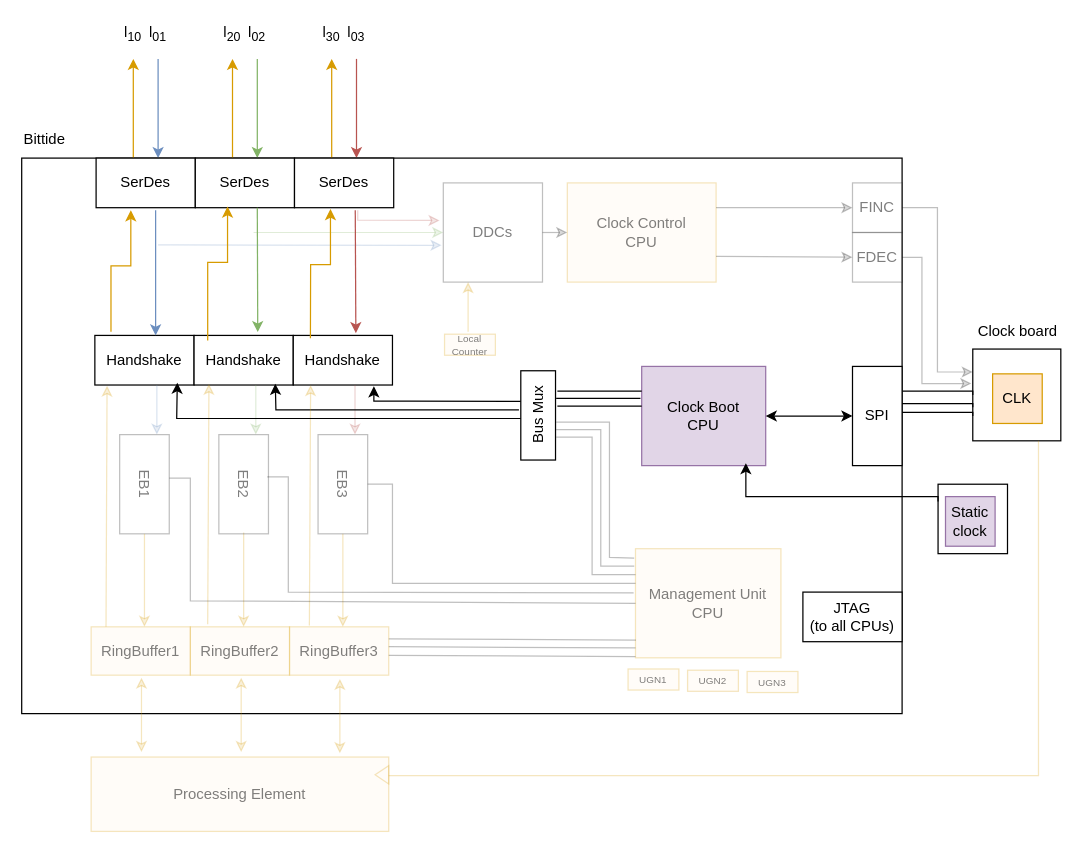
Above: docs/diagrams/bittide-boot-diagram.drawio in bittide/bittide-hardware (draw.io), before the change. Source tidied: cells renumbered, new cells numbered last; positions are measured from the earlier drawing's top-left corner, leaving out a move shared by most shapes. Both pictures are drawn from the tidied source at 124%, with x=0, y=0 at pixel (21, 21).
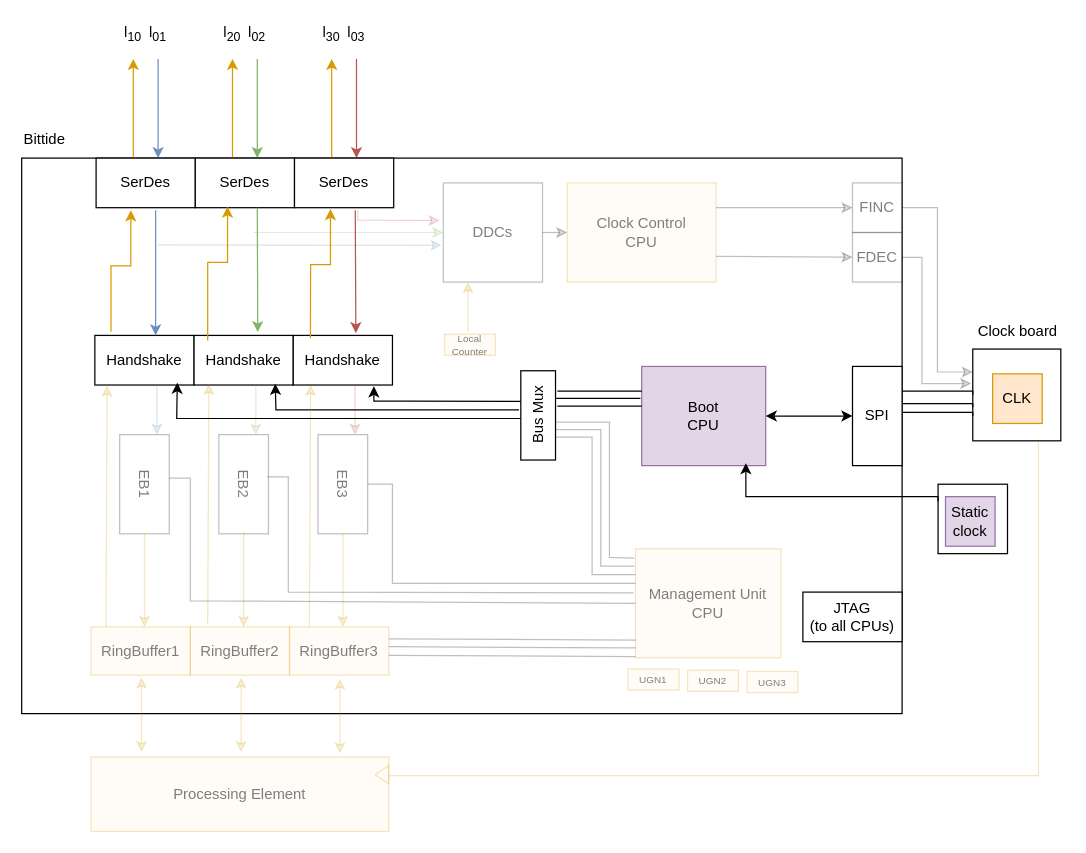
After the change.

Change to the diagram source:
```diff
@@
-    <mxCell id="43" value="&lt;div&gt;Clock Boot&lt;/div&gt;&lt;div&gt;CPU&lt;/div&gt;" style="rounded=0;whiteSpace=wrap;html=1;fillColor=#e1d5e7;strokeColor=#9673a6;fillOpacity=100;strokeOpacity=100;" parent="1" vertex="1">
+    <mxCell id="43" value="&lt;div&gt;Boot&lt;/div&gt;&lt;div&gt;CPU&lt;/div&gt;" style="rounded=0;whiteSpace=wrap;html=1;fillColor=#e1d5e7;strokeColor=#9673a6;fillOpacity=100;strokeOpacity=100;" parent="1" vertex="1">
       <mxGeometry x="500" y="278" width="100" height="80" as="geometry" />
     </mxCell>
```
